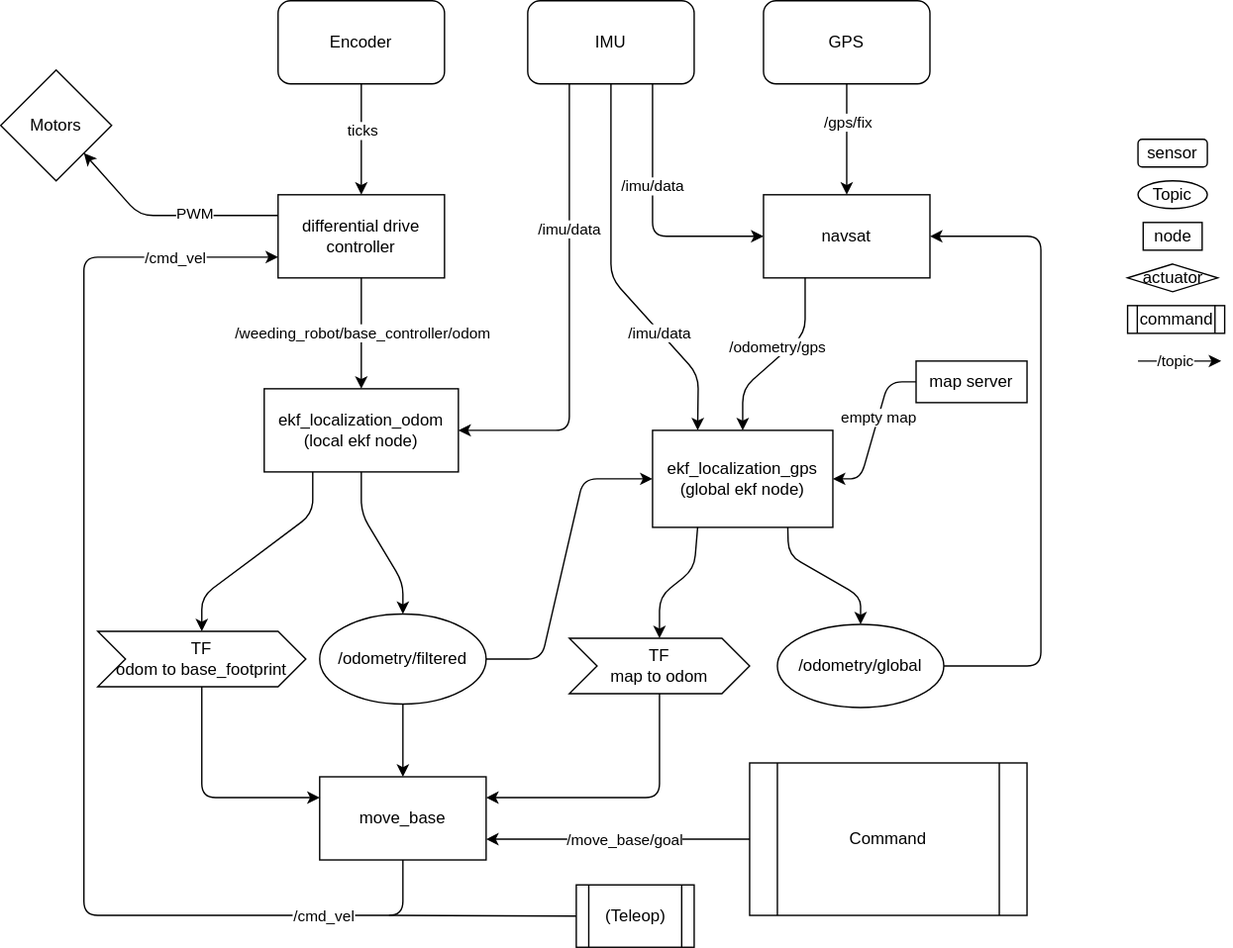
Before: weeding_robot_description/pictures/Software_structure.svg, a diagram exported from draw.io (hank880907/weeding-robot). Source tidied: cells renumbered, new cells last; positions are measured from the earlier drawing's top-left corner, leaving out a move shared by most shapes.
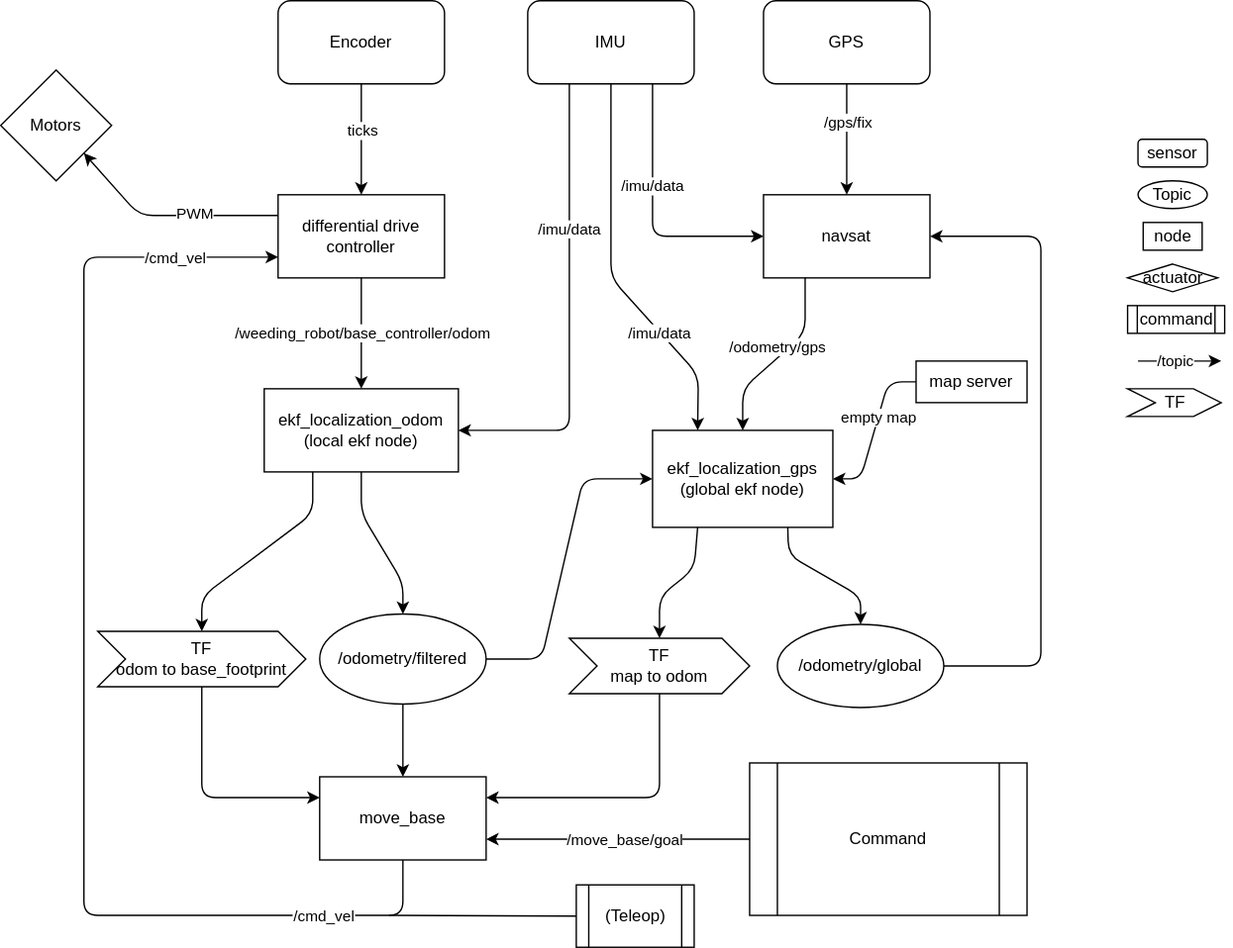
The same diagram one commit later.

Diff of the diagram source:
```diff
@@ -258,5 +258,8 @@
     <mxCell id="57" value="/topic" style="edgeLabel;html=1;align=center;verticalAlign=middle;" parent="56" vertex="1">
       <mxGeometry x="-0.13" y="1" relative="1" as="geometry" />
     </mxCell>
+    <mxCell id="58" value="TF" style="shape=step;perimeter=stepPerimeter;whiteSpace=wrap;html=1;fixedSize=1;fillColor=#FFFFFF;" parent="1" vertex="1">
+      <mxGeometry x="812.5" y="280" width="67.5" height="20" as="geometry" />
+    </mxCell>
   </root>
 </mxGraphModel>
```
